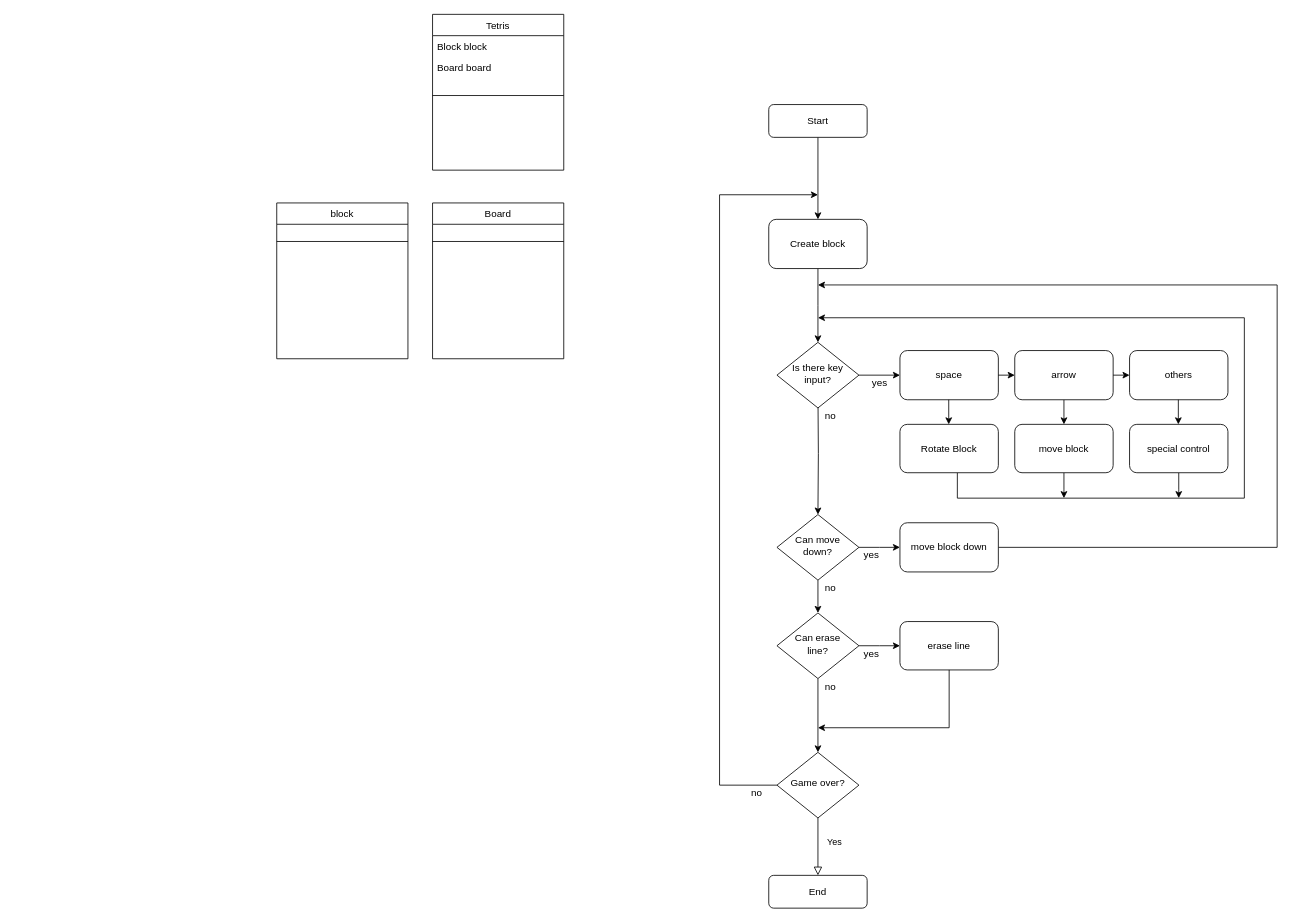
This is Untitled Diagram.drawio from jukdang/C-Programming-and-Practice_063_2101, a draw.io file, before an edit. Source tidied: cells renumbered, new cells numbered last; positions are measured from the earlier drawing's top-left corner, leaving out a move shared by most shapes. Both pictures are drawn from the tidied source at 82%, with x=0, y=0 at pixel (276, 14).
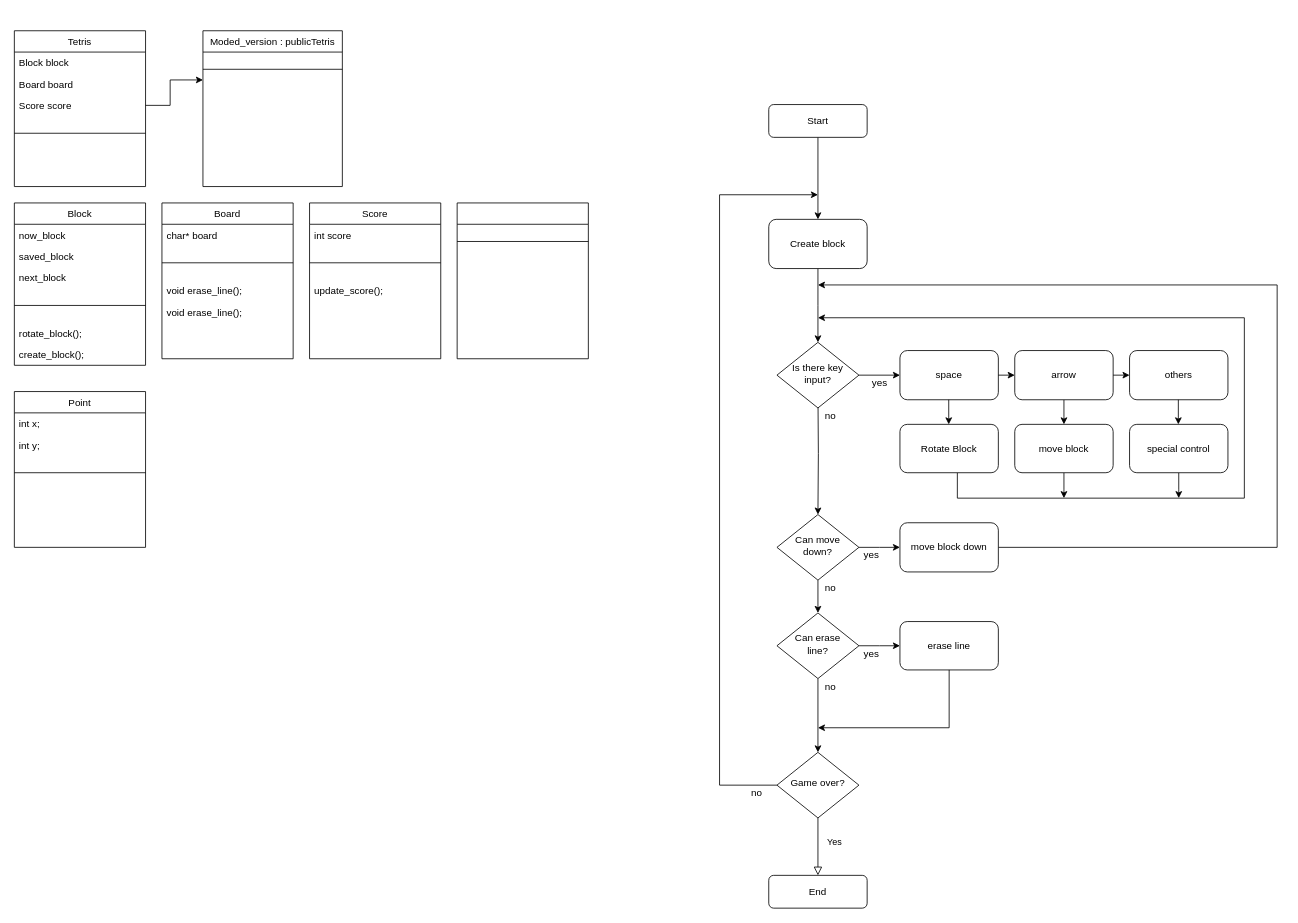
The same page after the edit.

Change to the diagram source:
```diff
@@
     <mxCell id="44" value="Tetris" style="swimlane;fontStyle=0;align=center;verticalAlign=top;horizontal=1;startSize=26;rounded=0;shadow=0;strokeWidth=1;" parent="1" vertex="1">
-      <mxGeometry x="190" width="160" height="190" as="geometry" />
+      <mxGeometry x="-320" y="20" width="160" height="190" as="geometry" />
     </mxCell>
@@
+    <mxCell id="52" value="Score score" style="text;align=left;verticalAlign=top;spacingLeft=4;spacingRight=4;overflow=hidden;points=[[0,0.5],[1,0.5]];portConstraint=eastwest;rounded=0;shadow=0;html=0;" parent="44" vertex="1">
+      <mxGeometry y="78" width="160" height="26" as="geometry" />
+    </mxCell>
     <mxCell id="47" style="line;html=1;strokeWidth=1;align=left;verticalAlign=middle;spacingTop=-1;spacingLeft=3;spacingRight=3;labelPosition=right;" parent="44" vertex="1">
-      <mxGeometry y="78" width="160" height="42" as="geometry" />
+      <mxGeometry y="104" width="160" height="42" as="geometry" />
     </mxCell>
     <mxCell id="48" value="Board" style="swimlane;fontStyle=0;align=center;verticalAlign=top;horizontal=1;startSize=26;rounded=0;shadow=0;strokeWidth=1;" parent="1" vertex="1">
-      <mxGeometry x="190" y="230" width="160" height="190" as="geometry" />
+      <mxGeometry x="-140" y="230" width="160" height="190" as="geometry" />
     </mxCell>
+    <mxCell id="53" value="char* board" style="text;align=left;verticalAlign=top;spacingLeft=4;spacingRight=4;overflow=hidden;" parent="48" vertex="1">
+      <mxGeometry y="26" width="160" height="26" as="geometry" />
+    </mxCell>
     <mxCell id="49" style="line;html=1;strokeWidth=1;align=left;verticalAlign=middle;spacingTop=-1;spacingLeft=3;spacingRight=3;labelPosition=right;" parent="48" vertex="1">
-      <mxGeometry y="26" width="160" height="42" as="geometry" />
+      <mxGeometry y="52" width="160" height="42" as="geometry" />
     </mxCell>
+    <mxCell id="54" value="void erase_line();" style="text;align=left;verticalAlign=top;spacingLeft=4;spacingRight=4;overflow=hidden;rounded=0;shadow=0;html=0;" parent="48" vertex="1">
+      <mxGeometry y="94" width="160" height="26" as="geometry" />
+    </mxCell>
+    <mxCell id="55" value="void erase_line();" style="text;align=left;verticalAlign=top;spacingLeft=4;spacingRight=4;overflow=hidden;rounded=0;shadow=0;html=0;" parent="48" vertex="1">
+      <mxGeometry y="120" width="160" height="26" as="geometry" />
+    </mxCell>
-    <mxCell id="50" value="block" style="swimlane;fontStyle=0;align=center;verticalAlign=top;horizontal=1;startSize=26;rounded=0;shadow=0;strokeWidth=1;" parent="1" vertex="1">
-      <mxGeometry y="230" width="160" height="190" as="geometry" />
+    <mxCell id="50" value="Block" style="swimlane;fontStyle=0;align=center;verticalAlign=top;horizontal=1;startSize=26;rounded=0;shadow=0;strokeWidth=1;" parent="1" vertex="1">
+      <mxGeometry x="-320" y="230" width="160" height="198" as="geometry" />
     </mxCell>
+    <mxCell id="56" value="now_block" style="text;align=left;verticalAlign=top;spacingLeft=4;spacingRight=4;overflow=hidden;" parent="50" vertex="1">
+      <mxGeometry y="26" width="160" height="26" as="geometry" />
+    </mxCell>
+    <mxCell id="57" value="saved_block" style="text;align=left;verticalAlign=top;spacingLeft=4;spacingRight=4;overflow=hidden;" parent="50" vertex="1">
+      <mxGeometry y="52" width="160" height="26" as="geometry" />
+    </mxCell>
+    <mxCell id="58" value="next_block" style="text;align=left;verticalAlign=top;spacingLeft=4;spacingRight=4;overflow=hidden;" parent="50" vertex="1">
+      <mxGeometry y="78" width="160" height="26" as="geometry" />
+    </mxCell>
     <mxCell id="51" style="line;html=1;strokeWidth=1;align=left;verticalAlign=middle;spacingTop=-1;spacingLeft=3;spacingRight=3;labelPosition=right;" parent="50" vertex="1">
-      <mxGeometry y="26" width="160" height="42" as="geometry" />
+      <mxGeometry y="104" width="160" height="42" as="geometry" />
     </mxCell>
+    <mxCell id="59" value="rotate_block();" style="text;align=left;verticalAlign=top;spacingLeft=4;spacingRight=4;overflow=hidden;rounded=0;shadow=0;html=0;" parent="50" vertex="1">
+      <mxGeometry y="146" width="160" height="26" as="geometry" />
+    </mxCell>
+    <mxCell id="60" value="create_block();" style="text;align=left;verticalAlign=top;spacingLeft=4;spacingRight=4;overflow=hidden;rounded=0;shadow=0;html=0;" parent="50" vertex="1">
+      <mxGeometry y="172" width="160" height="26" as="geometry" />
+    </mxCell>
+    <mxCell id="61" value="Score" style="swimlane;fontStyle=0;align=center;verticalAlign=top;horizontal=1;startSize=26;rounded=0;shadow=0;strokeWidth=1;" parent="1" vertex="1">
+      <mxGeometry x="40" y="230" width="160" height="190" as="geometry" />
+    </mxCell>
+    <mxCell id="62" value="int score" style="text;align=left;verticalAlign=top;spacingLeft=4;spacingRight=4;overflow=hidden;" parent="61" vertex="1">
+      <mxGeometry y="26" width="160" height="26" as="geometry" />
+    </mxCell>
+    <mxCell id="63" style="line;html=1;strokeWidth=1;align=left;verticalAlign=middle;spacingTop=-1;spacingLeft=3;spacingRight=3;labelPosition=right;" parent="61" vertex="1">
+      <mxGeometry y="52" width="160" height="42" as="geometry" />
+    </mxCell>
+    <mxCell id="64" value="update_score();" style="text;align=left;verticalAlign=top;spacingLeft=4;spacingRight=4;overflow=hidden;rounded=0;shadow=0;html=0;" parent="61" vertex="1">
+      <mxGeometry y="94" width="160" height="26" as="geometry" />
+    </mxCell>
+    <mxCell id="65" style="swimlane;fontStyle=0;align=center;verticalAlign=top;horizontal=1;startSize=26;rounded=0;shadow=0;strokeWidth=1;" parent="1" vertex="1">
+      <mxGeometry x="220" y="230" width="160" height="190" as="geometry" />
+    </mxCell>
+    <mxCell id="66" style="line;html=1;strokeWidth=1;align=left;verticalAlign=middle;spacingTop=-1;spacingLeft=3;spacingRight=3;labelPosition=right;" parent="65" vertex="1">
+      <mxGeometry y="26" width="160" height="42" as="geometry" />
+    </mxCell>
+    <mxCell id="67" value="Point" style="swimlane;fontStyle=0;align=center;verticalAlign=top;horizontal=1;startSize=26;rounded=0;shadow=0;strokeWidth=1;" parent="1" vertex="1">
+      <mxGeometry x="-320" y="460" width="160" height="190" as="geometry" />
+    </mxCell>
+    <mxCell id="68" value="int x;" style="text;align=left;verticalAlign=top;spacingLeft=4;spacingRight=4;overflow=hidden;" parent="67" vertex="1">
+      <mxGeometry y="26" width="160" height="26" as="geometry" />
+    </mxCell>
+    <mxCell id="69" value="int y;" style="text;align=left;verticalAlign=top;spacingLeft=4;spacingRight=4;overflow=hidden;" parent="67" vertex="1">
+      <mxGeometry y="52" width="160" height="26" as="geometry" />
+    </mxCell>
+    <mxCell id="70" style="line;html=1;strokeWidth=1;align=left;verticalAlign=middle;spacingTop=-1;spacingLeft=3;spacingRight=3;labelPosition=right;" parent="67" vertex="1">
+      <mxGeometry y="78" width="160" height="42" as="geometry" />
+    </mxCell>
+    <mxCell id="71" value="Moded_version : publicTetris" style="swimlane;fontStyle=0;align=center;verticalAlign=top;horizontal=1;startSize=26;rounded=0;shadow=0;strokeWidth=1;" parent="1" vertex="1">
+      <mxGeometry x="-90" y="20" width="170" height="190" as="geometry" />
+    </mxCell>
+    <mxCell id="72" style="line;html=1;strokeWidth=1;align=left;verticalAlign=middle;spacingTop=-1;spacingLeft=3;spacingRight=3;labelPosition=right;" parent="71" vertex="1">
+      <mxGeometry y="26" width="170" height="42" as="geometry" />
+    </mxCell>
+    <mxCell id="73" style="edgeStyle=orthogonalEdgeStyle;rounded=0;jettySize=auto;html=1;" parent="1" edge="1" source="52">
+      <mxGeometry relative="1" as="geometry">
+        <mxPoint x="-90" y="80" as="targetPoint" />
+        <Array as="points">
+          <mxPoint x="-130" y="111" />
+          <mxPoint x="-130" y="80" />
+        </Array>
+      </mxGeometry>
+    </mxCell>
```
